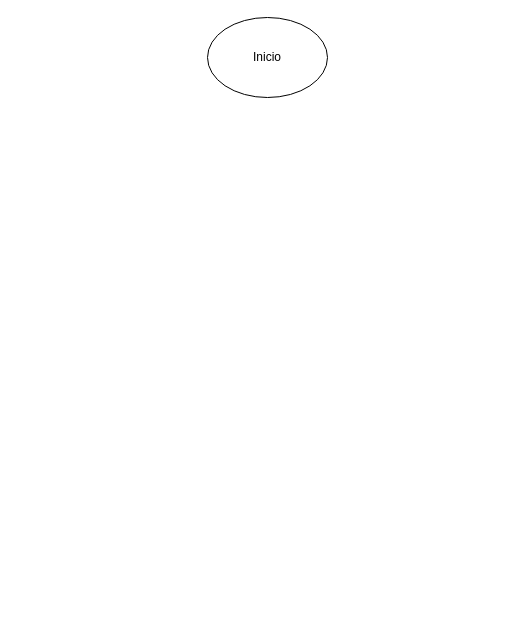
shasteroc/primer-repositorio keeps this draw.io diagram as Diagrama sin título.drawio. Above is the earlier version. Source tidied: cells renumbered, new cells numbered last; positions are measured from the earlier drawing's top-left corner, leaving out a move shared by most shapes. Both pictures are drawn from the tidied source at 100%, with x=0, y=0 at pixel (207, 17).
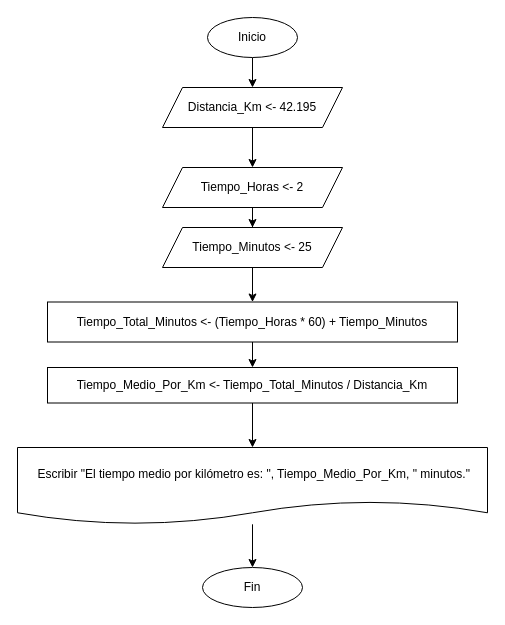
Above is the later version.

The edit, as a diff of the source:
```diff
@@
 <mxGraphModel>
   <root>
     <mxCell id="0" />
     <mxCell id="1" parent="0" />
+    <mxCell id="3" style="edgeStyle=orthogonalEdgeStyle;rounded=0;jettySize=auto;html=1;entryX=0.5;entryY=0;entryDx=0;entryDy=0;" parent="1" edge="1" source="2" target="16">
+      <mxGeometry relative="1" as="geometry" />
+    </mxCell>
     <mxCell id="2" value="Inicio" style="ellipse;whiteSpace=wrap;html=1;" parent="1" vertex="1">
-      <mxGeometry width="120" height="80" as="geometry" />
+      <mxGeometry width="90" height="40" as="geometry" />
     </mxCell>
+    <mxCell id="4" style="edgeStyle=orthogonalEdgeStyle;rounded=0;jettySize=auto;html=1;" parent="1" edge="1" source="5" target="7">
+      <mxGeometry relative="1" as="geometry" />
+    </mxCell>
+    <mxCell id="5" value="Tiempo_Total_Minutos &amp;lt;- (Tiempo_Horas * 60) + Tiempo_Minutos" style="whiteSpace=wrap;html=1;" parent="1" vertex="1">
+      <mxGeometry x="-160" y="284.5" width="410" height="40" as="geometry" />
+    </mxCell>
+    <mxCell id="6" style="edgeStyle=orthogonalEdgeStyle;rounded=0;jettySize=auto;html=1;" parent="1" edge="1" source="7" target="9">
+      <mxGeometry relative="1" as="geometry" />
+    </mxCell>
+    <mxCell id="7" value="Tiempo_Medio_Por_Km &amp;lt;- Tiempo_Total_Minutos / Distancia_Km" style="whiteSpace=wrap;html=1;" parent="1" vertex="1">
+      <mxGeometry x="-160" y="350" width="410" height="35.5" as="geometry" />
+    </mxCell>
+    <mxCell id="8" style="edgeStyle=orthogonalEdgeStyle;rounded=0;jettySize=auto;html=1;" parent="1" edge="1" source="9" target="10">
+      <mxGeometry relative="1" as="geometry" />
+    </mxCell>
+    <mxCell id="9" value="&amp;nbsp;Escribir &quot;El tiempo medio por kilómetro es: &quot;, Tiempo_Medio_Por_Km, &quot; minutos.&quot;" style="shape=document;whiteSpace=wrap;html=1;boundedLbl=1;" parent="1" vertex="1">
+      <mxGeometry x="-190" y="430" width="470" height="76.8" as="geometry" />
+    </mxCell>
+    <mxCell id="10" value="Fin" style="ellipse;whiteSpace=wrap;html=1;" parent="1" vertex="1">
+      <mxGeometry x="-5" y="550" width="100" height="40" as="geometry" />
+    </mxCell>
+    <mxCell id="11" style="edgeStyle=orthogonalEdgeStyle;rounded=0;jettySize=auto;html=1;entryX=0.5;entryY=0;entryDx=0;entryDy=0;" parent="1" edge="1" source="12" target="14">
+      <mxGeometry relative="1" as="geometry" />
+    </mxCell>
+    <mxCell id="12" value="Tiempo_Horas &amp;lt;- 2" style="shape=parallelogram;perimeter=parallelogramPerimeter;whiteSpace=wrap;html=1;fixedSize=1;" parent="1" vertex="1">
+      <mxGeometry x="-45" y="150" width="180" height="40" as="geometry" />
+    </mxCell>
+    <mxCell id="13" style="edgeStyle=orthogonalEdgeStyle;rounded=0;jettySize=auto;html=1;entryX=0.5;entryY=0;entryDx=0;entryDy=0;" parent="1" edge="1" source="14" target="5">
+      <mxGeometry relative="1" as="geometry" />
+    </mxCell>
+    <mxCell id="14" value="Tiempo_Minutos &amp;lt;- 25" style="shape=parallelogram;perimeter=parallelogramPerimeter;whiteSpace=wrap;html=1;fixedSize=1;" parent="1" vertex="1">
+      <mxGeometry x="-45" y="210" width="180" height="40" as="geometry" />
+    </mxCell>
+    <mxCell id="15" style="edgeStyle=orthogonalEdgeStyle;rounded=0;jettySize=auto;html=1;" parent="1" edge="1" source="16" target="12">
+      <mxGeometry relative="1" as="geometry" />
+    </mxCell>
+    <mxCell id="16" value="Distancia_Km &amp;lt;- 42.195" style="shape=parallelogram;perimeter=parallelogramPerimeter;whiteSpace=wrap;html=1;fixedSize=1;" parent="1" vertex="1">
+      <mxGeometry x="-45" y="70" width="180" height="40" as="geometry" />
+    </mxCell>
   </root>
 </mxGraphModel>
```
